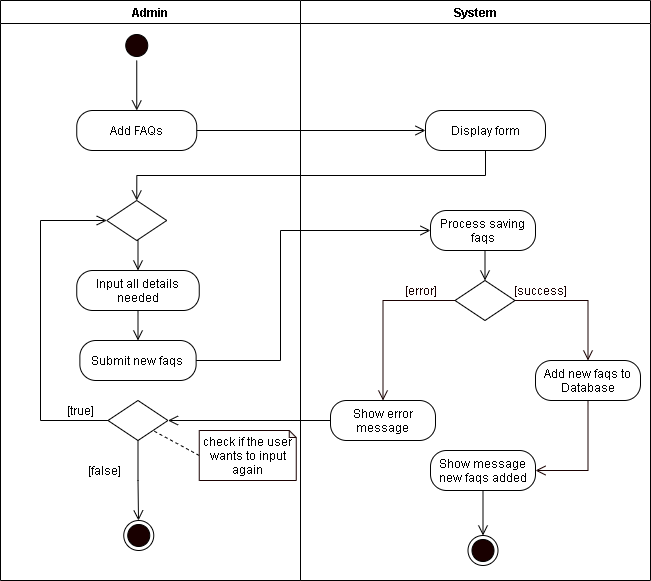
mrklglsn/CAPSTONE-FILES keeps this draw.io diagram as REVISIONS/UML-DIAGRAMS/6-9-2021/ACTIVITY DIAGRAM/19-Add Faqs.png. Above is the earlier version. Source tidied: cells renumbered, new cells last; positions are measured from the earlier drawing's top-left corner, leaving out a move shared by most shapes. Source of this version:
```xml
<mxGraphModel>
  <root>
    <mxCell id="0" />
    <mxCell id="1" parent="0" />
    <mxCell id="2" value="Admin" style="swimlane;startSize=23;" parent="1" vertex="1">
      <mxGeometry width="300" height="580" as="geometry" />
    </mxCell>
    <mxCell id="3" style="edgeStyle=orthogonalEdgeStyle;rounded=0;jettySize=auto;html=1;exitX=0.5;exitY=1;exitDx=0;exitDy=0;entryX=0.5;entryY=0;entryDx=0;entryDy=0;endArrow=open;endFill=0;endSize=8;" parent="2" edge="1" source="4">
      <mxGeometry relative="1" as="geometry">
        <mxPoint x="136.2" y="110" as="targetPoint" />
      </mxGeometry>
    </mxCell>
    <mxCell id="4" style="ellipse;html=1;shape=startState;fillColor=#190000;" parent="2" vertex="1">
      <mxGeometry x="121.2" y="30" width="30" height="30" as="geometry" />
    </mxCell>
    <mxCell id="5" value="Add FAQs" style="rounded=1;whiteSpace=wrap;html=1;arcSize=40;" parent="2" vertex="1">
      <mxGeometry x="76.2" y="110" width="120" height="40" as="geometry" />
    </mxCell>
    <mxCell id="6" style="edgeStyle=orthogonalEdgeStyle;rounded=0;jettySize=auto;html=1;exitX=0.5;exitY=1;exitDx=0;exitDy=0;entryX=0.5;entryY=0;entryDx=0;entryDy=0;endArrow=open;endFill=0;endSize=8;" parent="2" edge="1" source="7" target="8">
      <mxGeometry relative="1" as="geometry" />
    </mxCell>
    <mxCell id="7" value="Input all details needed" style="rounded=1;whiteSpace=wrap;html=1;arcSize=40;" parent="2" vertex="1">
      <mxGeometry x="76.2" y="270" width="122.5" height="40" as="geometry" />
    </mxCell>
    <mxCell id="8" value="Submit new faqs" style="rounded=1;whiteSpace=wrap;html=1;arcSize=40;" parent="2" vertex="1">
      <mxGeometry x="79.4" y="340" width="116.2" height="40" as="geometry" />
    </mxCell>
    <mxCell id="9" style="edgeStyle=orthogonalEdgeStyle;rounded=0;jettySize=auto;html=1;exitX=0.5;exitY=1;exitDx=0;exitDy=0;entryX=0.5;entryY=0;entryDx=0;entryDy=0;endArrow=open;endFill=0;endSize=8;" parent="2" edge="1" source="10" target="7">
      <mxGeometry relative="1" as="geometry" />
    </mxCell>
    <mxCell id="10" style="rhombus;whiteSpace=wrap;html=1;" parent="2" vertex="1">
      <mxGeometry x="106.2" y="200" width="60" height="40" as="geometry" />
    </mxCell>
    <mxCell id="11" style="edgeStyle=orthogonalEdgeStyle;rounded=0;jettySize=auto;html=1;exitX=0;exitY=0.5;exitDx=0;exitDy=0;entryX=0;entryY=0.5;entryDx=0;entryDy=0;endArrow=open;endFill=0;endSize=8;" parent="2" edge="1" source="13" target="10">
      <mxGeometry relative="1" as="geometry">
        <Array as="points">
          <mxPoint x="40" y="420" />
          <mxPoint x="40" y="220" />
        </Array>
      </mxGeometry>
    </mxCell>
    <mxCell id="12" style="edgeStyle=orthogonalEdgeStyle;rounded=0;jettySize=auto;html=1;exitX=0.5;exitY=1;exitDx=0;exitDy=0;endArrow=open;endFill=0;endSize=8;startArrow=none;" parent="2" edge="1" source="13">
      <mxGeometry relative="1" as="geometry">
        <mxPoint x="138" y="520" as="targetPoint" />
      </mxGeometry>
    </mxCell>
    <mxCell id="13" style="rhombus;whiteSpace=wrap;html=1;" parent="2" vertex="1">
      <mxGeometry x="107.5" y="400" width="60" height="40" as="geometry" />
    </mxCell>
    <mxCell id="14" value="[true]" style="text;html=1;align=center;verticalAlign=middle;strokeColor=none;" parent="2" vertex="1">
      <mxGeometry x="60" y="400" width="40" height="20" as="geometry" />
    </mxCell>
    <mxCell id="15" style="rounded=0;jettySize=auto;html=1;exitX=0;exitY=0.5;exitDx=0;exitDy=0;exitPerimeter=0;entryX=1;entryY=1;entryDx=0;entryDy=0;endArrow=none;endFill=0;endSize=8;dashed=1;" parent="2" edge="1" source="16" target="13">
      <mxGeometry relative="1" as="geometry" />
    </mxCell>
    <mxCell id="16" value="check if the user wants to input again" style="shape=note;whiteSpace=wrap;html=1;backgroundOutline=1;darkOpacity=0.05;strokeColor=#190000;size=7;" parent="2" vertex="1">
      <mxGeometry x="198.8" y="430" width="97" height="50" as="geometry" />
    </mxCell>
    <mxCell id="17" value="[false]" style="text;html=1;align=center;verticalAlign=middle;strokeColor=none;" parent="2" vertex="1">
      <mxGeometry x="79.4" y="460" width="50" height="20" as="geometry" />
    </mxCell>
    <mxCell id="18" style="ellipse;html=1;shape=endState;fillColor=#190000;" parent="2" vertex="1">
      <mxGeometry x="123.2" y="520" width="30" height="30" as="geometry" />
    </mxCell>
    <mxCell id="19" value="System" style="swimlane;" parent="1" vertex="1">
      <mxGeometry x="300" width="350" height="580" as="geometry" />
    </mxCell>
    <mxCell id="20" value="Process saving faqs" style="rounded=1;whiteSpace=wrap;html=1;arcSize=40;" parent="19" vertex="1">
      <mxGeometry x="130" y="210" width="105" height="40" as="geometry" />
    </mxCell>
    <mxCell id="21" style="rhombus;whiteSpace=wrap;html=1;" parent="19" vertex="1">
      <mxGeometry x="154.5" y="280" width="60" height="40" as="geometry" />
    </mxCell>
    <mxCell id="22" style="edgeStyle=orthogonalEdgeStyle;rounded=0;jettySize=auto;html=1;exitX=0.5;exitY=1;exitDx=0;exitDy=0;entryX=0.5;entryY=0;entryDx=0;entryDy=0;endArrow=open;endFill=0;endSize=8;" parent="19" edge="1" source="20" target="21">
      <mxGeometry relative="1" as="geometry" />
    </mxCell>
    <mxCell id="23" value="&lt;font color=&quot;#190000&quot;&gt;[success]&lt;/font&gt;" style="text;html=1;align=center;verticalAlign=middle;strokeColor=none;fontColor=#FFFFFF;" parent="19" vertex="1">
      <mxGeometry x="204.5" y="280" width="70" height="20" as="geometry" />
    </mxCell>
    <mxCell id="24" value="Show error message" style="rounded=1;whiteSpace=wrap;html=1;arcSize=40;" parent="19" vertex="1">
      <mxGeometry x="30" y="400" width="105" height="40" as="geometry" />
    </mxCell>
    <mxCell id="25" style="edgeStyle=orthogonalEdgeStyle;rounded=0;jettySize=auto;html=1;exitX=0.5;exitY=1;exitDx=0;exitDy=0;entryX=1;entryY=0.5;entryDx=0;entryDy=0;fontColor=#FFFFFF;endArrow=open;endFill=0;endSize=8;strokeColor=#190000;" parent="19" edge="1" source="26" target="30">
      <mxGeometry relative="1" as="geometry" />
    </mxCell>
    <mxCell id="26" value="Add new faqs to Database" style="rounded=1;whiteSpace=wrap;html=1;arcSize=40;" parent="19" vertex="1">
      <mxGeometry x="235" y="360" width="105" height="40" as="geometry" />
    </mxCell>
    <mxCell id="27" style="edgeStyle=orthogonalEdgeStyle;rounded=0;jettySize=auto;html=1;exitX=0;exitY=0.5;exitDx=0;exitDy=0;fontColor=#FFFFFF;endArrow=open;endFill=0;endSize=8;strokeColor=#190000;entryX=0.5;entryY=0;entryDx=0;entryDy=0;" parent="19" edge="1" source="21" target="24">
      <mxGeometry relative="1" as="geometry" />
    </mxCell>
    <mxCell id="28" style="edgeStyle=orthogonalEdgeStyle;rounded=0;jettySize=auto;html=1;exitX=1;exitY=0.5;exitDx=0;exitDy=0;fontColor=#FFFFFF;endArrow=open;endFill=0;endSize=8;strokeColor=#190000;entryX=0.5;entryY=0;entryDx=0;entryDy=0;" parent="19" edge="1" source="21" target="26">
      <mxGeometry relative="1" as="geometry" />
    </mxCell>
    <mxCell id="29" style="edgeStyle=orthogonalEdgeStyle;rounded=0;jettySize=auto;html=1;exitX=0.5;exitY=1;exitDx=0;exitDy=0;entryX=0.5;entryY=0;entryDx=0;entryDy=0;endArrow=open;endFill=0;endSize=8;" parent="19" edge="1" source="30" target="31">
      <mxGeometry relative="1" as="geometry" />
    </mxCell>
    <mxCell id="30" value="Show message new faqs added" style="rounded=1;whiteSpace=wrap;html=1;arcSize=40;" parent="19" vertex="1">
      <mxGeometry x="130" y="450" width="105" height="40" as="geometry" />
    </mxCell>
    <mxCell id="31" style="ellipse;html=1;shape=endState;fillColor=#190000;" parent="19" vertex="1">
      <mxGeometry x="167.5" y="535" width="30" height="30" as="geometry" />
    </mxCell>
    <mxCell id="32" value="Display form" style="rounded=1;whiteSpace=wrap;html=1;arcSize=40;" parent="19" vertex="1">
      <mxGeometry x="125" y="110" width="120" height="40" as="geometry" />
    </mxCell>
    <mxCell id="33" style="edgeStyle=orthogonalEdgeStyle;rounded=0;jettySize=auto;html=1;exitX=1;exitY=0.5;exitDx=0;exitDy=0;endArrow=open;endFill=0;endSize=8;entryX=0;entryY=0.5;entryDx=0;entryDy=0;" parent="1" edge="1" source="5" target="32">
      <mxGeometry relative="1" as="geometry" />
    </mxCell>
    <mxCell id="34" style="edgeStyle=orthogonalEdgeStyle;rounded=0;jettySize=auto;html=1;exitX=1;exitY=0.5;exitDx=0;exitDy=0;entryX=0;entryY=0.5;entryDx=0;entryDy=0;endArrow=open;endFill=0;endSize=8;" parent="1" edge="1" source="8" target="20">
      <mxGeometry relative="1" as="geometry">
        <Array as="points">
          <mxPoint x="280" y="360" />
          <mxPoint x="280" y="230" />
        </Array>
      </mxGeometry>
    </mxCell>
    <mxCell id="35" style="edgeStyle=orthogonalEdgeStyle;rounded=0;jettySize=auto;html=1;exitX=0;exitY=0.5;exitDx=0;exitDy=0;entryX=1;entryY=0.5;entryDx=0;entryDy=0;endArrow=open;endFill=0;endSize=8;" parent="1" edge="1" source="24" target="13">
      <mxGeometry relative="1" as="geometry" />
    </mxCell>
    <mxCell id="36" style="edgeStyle=orthogonalEdgeStyle;rounded=0;jettySize=auto;html=1;exitX=0.5;exitY=1;exitDx=0;exitDy=0;entryX=0.5;entryY=0;entryDx=0;entryDy=0;endArrow=open;endFill=0;endSize=8;" parent="1" edge="1" source="32" target="10">
      <mxGeometry relative="1" as="geometry" />
    </mxCell>
    <mxCell id="37" value="&lt;font color=&quot;#190000&quot;&gt;[error]&lt;/font&gt;" style="text;html=1;align=center;verticalAlign=middle;strokeColor=none;fontColor=#FFFFFF;" parent="1" vertex="1">
      <mxGeometry x="395" y="280" width="50" height="20" as="geometry" />
    </mxCell>
  </root>
</mxGraphModel>
```
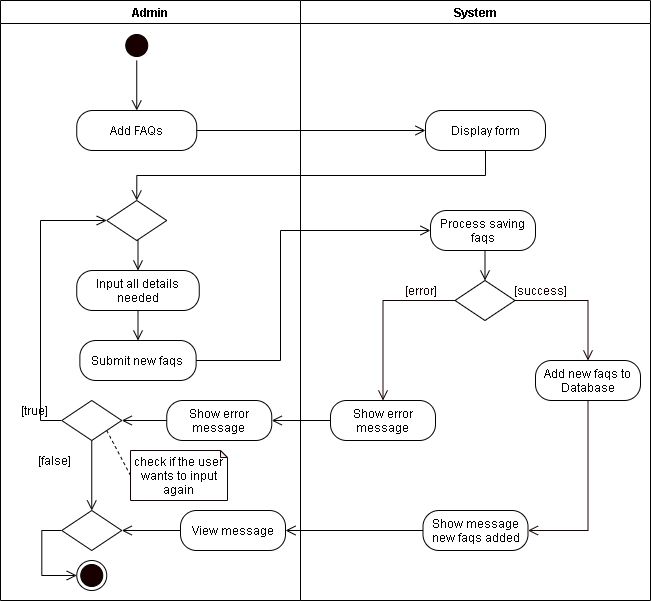
After the commit.

The edit, as a diff of the source:
```diff
@@ -3,7 +3,7 @@
     <mxCell id="0" />
     <mxCell id="1" parent="0" />
     <mxCell id="2" value="Admin" style="swimlane;startSize=23;" parent="1" vertex="1">
-      <mxGeometry width="300" height="580" as="geometry" />
+      <mxGeometry width="300" height="600" as="geometry" />
     </mxCell>
     <mxCell id="3" style="edgeStyle=orthogonalEdgeStyle;rounded=0;jettySize=auto;html=1;exitX=0.5;exitY=1;exitDx=0;exitDy=0;entryX=0.5;entryY=0;entryDx=0;entryDy=0;endArrow=open;endFill=0;endSize=8;" parent="2" edge="1" source="4">
       <mxGeometry relative="1" as="geometry">
@@ -39,31 +39,47 @@
         </Array>
       </mxGeometry>
     </mxCell>
-    <mxCell id="12" style="edgeStyle=orthogonalEdgeStyle;rounded=0;jettySize=auto;html=1;exitX=0.5;exitY=1;exitDx=0;exitDy=0;endArrow=open;endFill=0;endSize=8;startArrow=none;" parent="2" edge="1" source="13">
-      <mxGeometry relative="1" as="geometry">
-        <mxPoint x="138" y="520" as="targetPoint" />
-      </mxGeometry>
-    </mxCell>
+    <mxCell id="38" style="edgeStyle=orthogonalEdgeStyle;rounded=0;jettySize=auto;html=1;exitX=0.5;exitY=1;exitDx=0;exitDy=0;endArrow=open;endFill=0;endSize=8;" parent="2" edge="1" source="13" target="44">
+      <mxGeometry relative="1" as="geometry" />
+    </mxCell>
     <mxCell id="13" style="rhombus;whiteSpace=wrap;html=1;" parent="2" vertex="1">
-      <mxGeometry x="107.5" y="400" width="60" height="40" as="geometry" />
+      <mxGeometry x="61.3" y="400" width="60" height="40" as="geometry" />
     </mxCell>
     <mxCell id="14" value="[true]" style="text;html=1;align=center;verticalAlign=middle;strokeColor=none;" parent="2" vertex="1">
-      <mxGeometry x="60" y="400" width="40" height="20" as="geometry" />
+      <mxGeometry x="13.8" y="400" width="40" height="20" as="geometry" />
     </mxCell>
     <mxCell id="15" style="rounded=0;jettySize=auto;html=1;exitX=0;exitY=0.5;exitDx=0;exitDy=0;exitPerimeter=0;entryX=1;entryY=1;entryDx=0;entryDy=0;endArrow=none;endFill=0;endSize=8;dashed=1;" parent="2" edge="1" source="16" target="13">
       <mxGeometry relative="1" as="geometry" />
     </mxCell>
     <mxCell id="16" value="check if the user wants to input again" style="shape=note;whiteSpace=wrap;html=1;backgroundOutline=1;darkOpacity=0.05;strokeColor=#190000;size=7;" parent="2" vertex="1">
-      <mxGeometry x="198.8" y="430" width="97" height="50" as="geometry" />
+      <mxGeometry x="130" y="450" width="97" height="50" as="geometry" />
     </mxCell>
     <mxCell id="17" value="[false]" style="text;html=1;align=center;verticalAlign=middle;strokeColor=none;" parent="2" vertex="1">
-      <mxGeometry x="79.4" y="460" width="50" height="20" as="geometry" />
+      <mxGeometry x="29.4" y="450" width="50" height="20" as="geometry" />
     </mxCell>
     <mxCell id="18" style="ellipse;html=1;shape=endState;fillColor=#190000;" parent="2" vertex="1">
-      <mxGeometry x="123.2" y="520" width="30" height="30" as="geometry" />
+      <mxGeometry x="76.2" y="560" width="30" height="30" as="geometry" />
     </mxCell>
+    <mxCell id="39" style="edgeStyle=orthogonalEdgeStyle;rounded=0;jettySize=auto;html=1;exitX=0;exitY=0.5;exitDx=0;exitDy=0;entryX=1;entryY=0.5;entryDx=0;entryDy=0;endArrow=open;endFill=0;endSize=8;" parent="2" edge="1" source="40" target="44">
+      <mxGeometry relative="1" as="geometry" />
+    </mxCell>
+    <mxCell id="40" value="View message" style="rounded=1;whiteSpace=wrap;html=1;arcSize=40;" parent="2" vertex="1">
+      <mxGeometry x="180" y="510" width="105" height="40" as="geometry" />
+    </mxCell>
+    <mxCell id="41" style="edgeStyle=orthogonalEdgeStyle;rounded=0;jettySize=auto;html=1;exitX=0;exitY=0.5;exitDx=0;exitDy=0;endArrow=open;endFill=0;endSize=8;" parent="2" edge="1" source="42" target="13">
+      <mxGeometry relative="1" as="geometry" />
+    </mxCell>
+    <mxCell id="42" value="Show error message" style="rounded=1;whiteSpace=wrap;html=1;arcSize=40;" parent="2" vertex="1">
+      <mxGeometry x="166.2" y="400" width="105" height="40" as="geometry" />
+    </mxCell>
+    <mxCell id="43" style="edgeStyle=orthogonalEdgeStyle;rounded=0;jettySize=auto;html=1;exitX=0;exitY=0.5;exitDx=0;exitDy=0;entryX=0;entryY=0.5;entryDx=0;entryDy=0;endArrow=open;endFill=0;endSize=8;" parent="2" edge="1" source="44" target="18">
+      <mxGeometry relative="1" as="geometry" />
+    </mxCell>
+    <mxCell id="44" style="rhombus;whiteSpace=wrap;html=1;" parent="2" vertex="1">
+      <mxGeometry x="61.2" y="510" width="60" height="40" as="geometry" />
+    </mxCell>
     <mxCell id="19" value="System" style="swimlane;" parent="1" vertex="1">
-      <mxGeometry x="300" width="350" height="580" as="geometry" />
+      <mxGeometry x="300" width="350" height="600" as="geometry" />
     </mxCell>
     <mxCell id="20" value="Process saving faqs" style="rounded=1;whiteSpace=wrap;html=1;arcSize=40;" parent="19" vertex="1">
       <mxGeometry x="130" y="210" width="105" height="40" as="geometry" />
@@ -92,15 +108,9 @@
     <mxCell id="28" style="edgeStyle=orthogonalEdgeStyle;rounded=0;jettySize=auto;html=1;exitX=1;exitY=0.5;exitDx=0;exitDy=0;fontColor=#FFFFFF;endArrow=open;endFill=0;endSize=8;strokeColor=#190000;entryX=0.5;entryY=0;entryDx=0;entryDy=0;" parent="19" edge="1" source="21" target="26">
       <mxGeometry relative="1" as="geometry" />
     </mxCell>
-    <mxCell id="29" style="edgeStyle=orthogonalEdgeStyle;rounded=0;jettySize=auto;html=1;exitX=0.5;exitY=1;exitDx=0;exitDy=0;entryX=0.5;entryY=0;entryDx=0;entryDy=0;endArrow=open;endFill=0;endSize=8;" parent="19" edge="1" source="30" target="31">
-      <mxGeometry relative="1" as="geometry" />
-    </mxCell>
     <mxCell id="30" value="Show message new faqs added" style="rounded=1;whiteSpace=wrap;html=1;arcSize=40;" parent="19" vertex="1">
-      <mxGeometry x="130" y="450" width="105" height="40" as="geometry" />
+      <mxGeometry x="122.5" y="510" width="105" height="40" as="geometry" />
     </mxCell>
-    <mxCell id="31" style="ellipse;html=1;shape=endState;fillColor=#190000;" parent="19" vertex="1">
-      <mxGeometry x="167.5" y="535" width="30" height="30" as="geometry" />
-    </mxCell>
     <mxCell id="32" value="Display form" style="rounded=1;whiteSpace=wrap;html=1;arcSize=40;" parent="19" vertex="1">
       <mxGeometry x="125" y="110" width="120" height="40" as="geometry" />
     </mxCell>
@@ -115,14 +125,17 @@
         </Array>
       </mxGeometry>
     </mxCell>
-    <mxCell id="35" style="edgeStyle=orthogonalEdgeStyle;rounded=0;jettySize=auto;html=1;exitX=0;exitY=0.5;exitDx=0;exitDy=0;entryX=1;entryY=0.5;entryDx=0;entryDy=0;endArrow=open;endFill=0;endSize=8;" parent="1" edge="1" source="24" target="13">
-      <mxGeometry relative="1" as="geometry" />
-    </mxCell>
     <mxCell id="36" style="edgeStyle=orthogonalEdgeStyle;rounded=0;jettySize=auto;html=1;exitX=0.5;exitY=1;exitDx=0;exitDy=0;entryX=0.5;entryY=0;entryDx=0;entryDy=0;endArrow=open;endFill=0;endSize=8;" parent="1" edge="1" source="32" target="10">
       <mxGeometry relative="1" as="geometry" />
     </mxCell>
     <mxCell id="37" value="&lt;font color=&quot;#190000&quot;&gt;[error]&lt;/font&gt;" style="text;html=1;align=center;verticalAlign=middle;strokeColor=none;fontColor=#FFFFFF;" parent="1" vertex="1">
       <mxGeometry x="395" y="280" width="50" height="20" as="geometry" />
     </mxCell>
+    <mxCell id="45" style="edgeStyle=orthogonalEdgeStyle;rounded=0;jettySize=auto;html=1;exitX=0;exitY=0.5;exitDx=0;exitDy=0;entryX=1;entryY=0.5;entryDx=0;entryDy=0;endArrow=open;endFill=0;endSize=8;" parent="1" edge="1" source="24" target="42">
+      <mxGeometry relative="1" as="geometry" />
+    </mxCell>
+    <mxCell id="46" style="edgeStyle=orthogonalEdgeStyle;rounded=0;jettySize=auto;html=1;exitX=0;exitY=0.5;exitDx=0;exitDy=0;entryX=1;entryY=0.5;entryDx=0;entryDy=0;endArrow=open;endFill=0;endSize=8;" parent="1" edge="1" source="30" target="40">
+      <mxGeometry relative="1" as="geometry" />
+    </mxCell>
   </root>
 </mxGraphModel>
```
